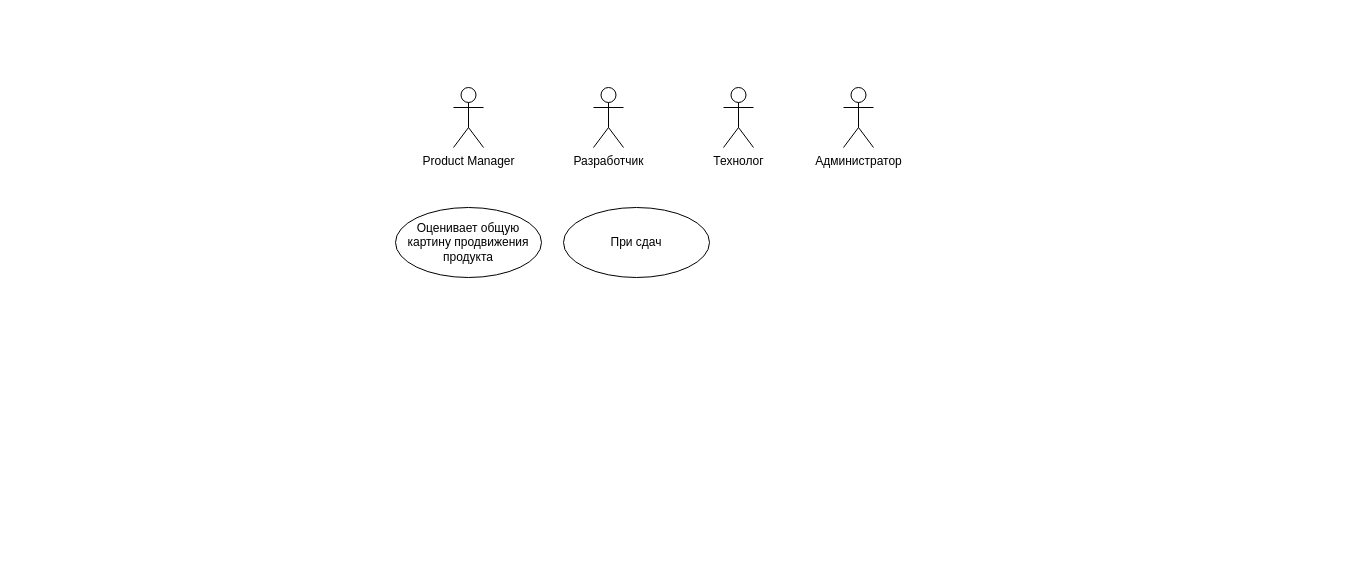
The draw.io diagram Диплом.drawio in evgeniy-strel/UrfuReviews, before the edit. Source tidied: cells renumbered, new cells numbered last; positions are measured from the earlier drawing's top-left corner, leaving out a move shared by most shapes. Both pictures are drawn from the tidied source at 100%, with x=0, y=0 at pixel (395, 87).
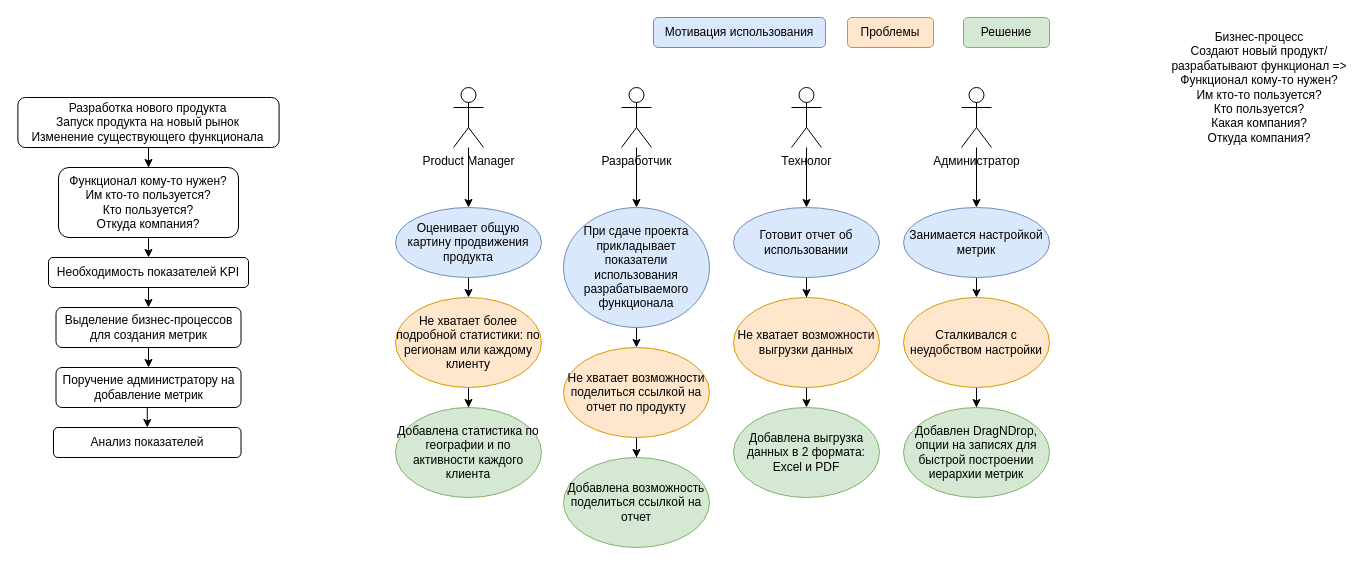
The same page after the edit.

The change refers to these unchanged cells:
```xml
<mxCell id="2" value="Product Manager" style="shape=umlActor;verticalLabelPosition=bottom;verticalAlign=top;html=1;outlineConnect=0;" parent="1" vertex="1">
  <mxGeometry x="58" width="30" height="60" as="geometry" />
</mxCell>
```

The edit, as a diff of the source:
```diff
@@
+    <mxCell id="8" style="edgeStyle=orthogonalEdgeStyle;rounded=0;jettySize=auto;html=1;" parent="1" edge="1" source="2" target="6">
+      <mxGeometry relative="1" as="geometry" />
+    </mxCell>
@@
+    <mxCell id="9" style="edgeStyle=orthogonalEdgeStyle;rounded=0;jettySize=auto;html=1;" parent="1" edge="1" source="3" target="7">
+      <mxGeometry relative="1" as="geometry" />
+    </mxCell>
     <mxCell id="3" value="Разработчик" style="shape=umlActor;verticalLabelPosition=bottom;verticalAlign=top;html=1;outlineConnect=0;" parent="1" vertex="1">
-      <mxGeometry x="198" width="30" height="60" as="geometry" />
+      <mxGeometry x="226" width="30" height="60" as="geometry" />
     </mxCell>
+    <mxCell id="10" style="edgeStyle=orthogonalEdgeStyle;rounded=0;jettySize=auto;html=1;" parent="1" edge="1" source="4" target="16">
+      <mxGeometry relative="1" as="geometry" />
+    </mxCell>
     <mxCell id="4" value="Технолог" style="shape=umlActor;verticalLabelPosition=bottom;verticalAlign=top;html=1;outlineConnect=0;" parent="1" vertex="1">
-      <mxGeometry x="328" width="30" height="60" as="geometry" />
+      <mxGeometry x="396" width="30" height="60" as="geometry" />
     </mxCell>
+    <mxCell id="11" style="edgeStyle=orthogonalEdgeStyle;rounded=0;jettySize=auto;html=1;" parent="1" edge="1" source="5" target="18">
+      <mxGeometry relative="1" as="geometry" />
+    </mxCell>
     <mxCell id="5" value="Администратор" style="shape=umlActor;verticalLabelPosition=bottom;verticalAlign=top;html=1;outlineConnect=0;" parent="1" vertex="1">
-      <mxGeometry x="448" width="30" height="60" as="geometry" />
+      <mxGeometry x="566" width="30" height="60" as="geometry" />
     </mxCell>
+    <mxCell id="12" style="edgeStyle=orthogonalEdgeStyle;rounded=0;jettySize=auto;html=1;exitX=0.5;exitY=1;exitDx=0;exitDy=0;entryX=0.5;entryY=0;entryDx=0;entryDy=0;" parent="1" edge="1" source="6" target="20">
+      <mxGeometry relative="1" as="geometry" />
+    </mxCell>
-    <mxCell id="6" value="Оценивает общую картину продвижения продукта" style="ellipse;whiteSpace=wrap;html=1;" parent="1" vertex="1">
+    <mxCell id="6" value="Оценивает общую картину продвижения продукта" style="ellipse;whiteSpace=wrap;html=1;fillColor=#dae8fc;strokeColor=#6c8ebf;" parent="1" vertex="1">
       <mxGeometry y="120" width="146" height="70" as="geometry" />
     </mxCell>
+    <mxCell id="13" style="edgeStyle=orthogonalEdgeStyle;rounded=0;jettySize=auto;html=1;exitX=0.5;exitY=1;exitDx=0;exitDy=0;entryX=0.5;entryY=0;entryDx=0;entryDy=0;" parent="1" edge="1" source="7" target="22">
+      <mxGeometry relative="1" as="geometry" />
+    </mxCell>
-    <mxCell id="7" value="При сдач" style="ellipse;whiteSpace=wrap;html=1;" parent="1" vertex="1">
-      <mxGeometry x="168" y="120" width="146" height="70" as="geometry" />
+    <mxCell id="7" value="При сдаче проекта прикладывает показатели использования разрабатываемого функционала" style="ellipse;whiteSpace=wrap;html=1;fillColor=#dae8fc;strokeColor=#6c8ebf;" parent="1" vertex="1">
+      <mxGeometry x="168" y="120" width="146" height="120" as="geometry" />
     </mxCell>
+    <mxCell id="14" value="Бизнес-процесс&lt;br&gt;Создают новый продукт/разрабатывают функционал =&amp;gt;&lt;br&gt;Функционал кому-то нужен?&lt;div&gt;Им кто-то пользуется?&lt;/div&gt;&lt;div&gt;Кто пользуется?&lt;/div&gt;&lt;div&gt;Какая компания?&lt;/div&gt;&lt;div&gt;Откуда компания?&lt;/div&gt;" style="text;html=1;align=center;verticalAlign=middle;whiteSpace=wrap;rounded=0;" parent="1" vertex="1">
+      <mxGeometry x="769" y="-60" width="190" height="120" as="geometry" />
+    </mxCell>
+    <mxCell id="15" style="edgeStyle=orthogonalEdgeStyle;rounded=0;jettySize=auto;html=1;exitX=0.5;exitY=1;exitDx=0;exitDy=0;" parent="1" edge="1" source="16" target="24">
+      <mxGeometry relative="1" as="geometry" />
+    </mxCell>
+    <mxCell id="16" value="Готовит отчет об использовании" style="ellipse;whiteSpace=wrap;html=1;fillColor=#dae8fc;strokeColor=#6c8ebf;" parent="1" vertex="1">
+      <mxGeometry x="338" y="120" width="146" height="70" as="geometry" />
+    </mxCell>
+    <mxCell id="17" style="edgeStyle=orthogonalEdgeStyle;rounded=0;jettySize=auto;html=1;exitX=0.5;exitY=1;exitDx=0;exitDy=0;entryX=0.5;entryY=0;entryDx=0;entryDy=0;" parent="1" edge="1" source="18" target="32">
+      <mxGeometry relative="1" as="geometry" />
+    </mxCell>
+    <mxCell id="18" value="Занимается настройкой метрик" style="ellipse;whiteSpace=wrap;html=1;fillColor=#dae8fc;strokeColor=#6c8ebf;" parent="1" vertex="1">
+      <mxGeometry x="508" y="120" width="146" height="70" as="geometry" />
+    </mxCell>
+    <mxCell id="19" style="edgeStyle=orthogonalEdgeStyle;rounded=0;jettySize=auto;html=1;" parent="1" edge="1" source="20" target="25">
+      <mxGeometry relative="1" as="geometry" />
+    </mxCell>
+    <mxCell id="20" value="Не хватает более подробной статистики: по регионам или каждому клиенту" style="ellipse;whiteSpace=wrap;html=1;fillColor=#ffe6cc;strokeColor=#d79b00;" parent="1" vertex="1">
+      <mxGeometry y="210" width="146" height="90" as="geometry" />
+    </mxCell>
+    <mxCell id="21" style="edgeStyle=orthogonalEdgeStyle;rounded=0;jettySize=auto;html=1;" parent="1" edge="1" source="22" target="26">
+      <mxGeometry relative="1" as="geometry" />
+    </mxCell>
+    <mxCell id="22" value="Не хватает возможности поделиться ссылкой на отчет по продукту" style="ellipse;whiteSpace=wrap;html=1;fillColor=#ffe6cc;strokeColor=#d79b00;" parent="1" vertex="1">
+      <mxGeometry x="168" y="260" width="146" height="90" as="geometry" />
+    </mxCell>
+    <mxCell id="23" style="edgeStyle=orthogonalEdgeStyle;rounded=0;jettySize=auto;html=1;exitX=0.5;exitY=1;exitDx=0;exitDy=0;entryX=0.5;entryY=0;entryDx=0;entryDy=0;" parent="1" edge="1" source="24" target="30">
+      <mxGeometry relative="1" as="geometry" />
+    </mxCell>
+    <mxCell id="24" value="Не хватает возможности выгрузки данных" style="ellipse;whiteSpace=wrap;html=1;fillColor=#ffe6cc;strokeColor=#d79b00;" parent="1" vertex="1">
+      <mxGeometry x="338" y="210" width="146" height="90" as="geometry" />
+    </mxCell>
+    <mxCell id="25" value="Добавлена статистика по географии и по активности каждого клиента" style="ellipse;whiteSpace=wrap;html=1;fillColor=#d5e8d4;strokeColor=#82b366;" parent="1" vertex="1">
+      <mxGeometry y="320" width="146" height="90" as="geometry" />
+    </mxCell>
+    <mxCell id="26" value="Добавлена возможность поделиться ссылкой на отчет" style="ellipse;whiteSpace=wrap;html=1;fillColor=#d5e8d4;strokeColor=#82b366;" parent="1" vertex="1">
+      <mxGeometry x="168" y="370" width="146" height="90" as="geometry" />
+    </mxCell>
+    <mxCell id="27" value="Мотивация использования" style="rounded=1;whiteSpace=wrap;html=1;fillColor=#dae8fc;strokeColor=#6c8ebf;" parent="1" vertex="1">
+      <mxGeometry x="258" y="-70" width="172" height="30" as="geometry" />
+    </mxCell>
+    <mxCell id="28" value="Проблемы" style="rounded=1;whiteSpace=wrap;html=1;fillColor=#ffe6cc;strokeColor=#d79b00;" parent="1" vertex="1">
+      <mxGeometry x="452" y="-70" width="86" height="30" as="geometry" />
+    </mxCell>
+    <mxCell id="29" value="Решение" style="rounded=1;whiteSpace=wrap;html=1;fillColor=#d5e8d4;strokeColor=#82b366;" parent="1" vertex="1">
+      <mxGeometry x="568" y="-70" width="86" height="30" as="geometry" />
+    </mxCell>
+    <mxCell id="30" value="Добавлена выгрузка данных в 2 формата: Excel и PDF" style="ellipse;whiteSpace=wrap;html=1;fillColor=#d5e8d4;strokeColor=#82b366;" parent="1" vertex="1">
+      <mxGeometry x="338" y="320" width="146" height="90" as="geometry" />
+    </mxCell>
+    <mxCell id="31" style="edgeStyle=orthogonalEdgeStyle;rounded=0;jettySize=auto;html=1;" parent="1" edge="1" source="32" target="33">
+      <mxGeometry relative="1" as="geometry" />
+    </mxCell>
+    <mxCell id="32" value="Сталкивался с неудобством настройки" style="ellipse;whiteSpace=wrap;html=1;fillColor=#ffe6cc;strokeColor=#d79b00;" parent="1" vertex="1">
+      <mxGeometry x="508" y="210" width="146" height="90" as="geometry" />
+    </mxCell>
+    <mxCell id="33" value="Добавлен DragNDrop, опции на записях для быстрой построении иерархии метрик" style="ellipse;whiteSpace=wrap;html=1;fillColor=#d5e8d4;strokeColor=#82b366;" parent="1" vertex="1">
+      <mxGeometry x="508" y="320" width="146" height="90" as="geometry" />
+    </mxCell>
+    <mxCell id="34" style="edgeStyle=orthogonalEdgeStyle;rounded=0;jettySize=auto;html=1;exitX=0.5;exitY=1;exitDx=0;exitDy=0;entryX=0.5;entryY=0;entryDx=0;entryDy=0;" parent="1" edge="1" source="35" target="37">
+      <mxGeometry relative="1" as="geometry" />
+    </mxCell>
+    <mxCell id="35" value="Функционал кому-то нужен?&lt;div&gt;Им кто-то пользуется?&lt;/div&gt;&lt;div&gt;Кто пользуется?&lt;/div&gt;&lt;div&gt;Откуда компания?&lt;/div&gt;" style="rounded=1;whiteSpace=wrap;html=1;" parent="1" vertex="1">
+      <mxGeometry x="-337" y="80" width="180" height="70" as="geometry" />
+    </mxCell>
+    <mxCell id="36" style="edgeStyle=orthogonalEdgeStyle;rounded=0;jettySize=auto;html=1;exitX=0.5;exitY=1;exitDx=0;exitDy=0;entryX=0.5;entryY=0;entryDx=0;entryDy=0;" parent="1" edge="1" source="37" target="39">
+      <mxGeometry relative="1" as="geometry" />
+    </mxCell>
+    <mxCell id="37" value="Необходимость показателей KPI" style="rounded=1;whiteSpace=wrap;html=1;" parent="1" vertex="1">
+      <mxGeometry x="-347" y="170" width="200" height="30" as="geometry" />
+    </mxCell>
+    <mxCell id="38" style="edgeStyle=orthogonalEdgeStyle;rounded=0;jettySize=auto;html=1;exitX=0.5;exitY=1;exitDx=0;exitDy=0;entryX=0.5;entryY=0;entryDx=0;entryDy=0;" parent="1" edge="1" source="39" target="41">
+      <mxGeometry relative="1" as="geometry" />
+    </mxCell>
+    <mxCell id="39" value="Выделение бизнес-процессов для создания метрик" style="rounded=1;whiteSpace=wrap;html=1;" parent="1" vertex="1">
+      <mxGeometry x="-339.5" y="220" width="185" height="40" as="geometry" />
+    </mxCell>
+    <mxCell id="40" style="edgeStyle=orthogonalEdgeStyle;rounded=0;jettySize=auto;html=1;exitX=0.5;exitY=1;exitDx=0;exitDy=0;entryX=0.5;entryY=0;entryDx=0;entryDy=0;" parent="1" edge="1" source="41" target="42">
+      <mxGeometry relative="1" as="geometry" />
+    </mxCell>
+    <mxCell id="41" value="Поручение администратору на добавление метрик" style="rounded=1;whiteSpace=wrap;html=1;" parent="1" vertex="1">
+      <mxGeometry x="-339.5" y="280" width="185" height="40" as="geometry" />
+    </mxCell>
+    <mxCell id="42" value="Анализ показателей" style="rounded=1;whiteSpace=wrap;html=1;" parent="1" vertex="1">
+      <mxGeometry x="-342" y="340" width="187.5" height="30" as="geometry" />
+    </mxCell>
+    <mxCell id="43" style="edgeStyle=orthogonalEdgeStyle;rounded=0;jettySize=auto;html=1;exitX=0.5;exitY=1;exitDx=0;exitDy=0;" parent="1" edge="1" source="44" target="35">
+      <mxGeometry relative="1" as="geometry" />
+    </mxCell>
+    <mxCell id="44" value="Разработка нового продукта&lt;div&gt;Запуск продукта на новый рынок&lt;/div&gt;&lt;div&gt;Изменение существующего функционала&lt;/div&gt;" style="rounded=1;whiteSpace=wrap;html=1;" parent="1" vertex="1">
+      <mxGeometry x="-377.6" y="10" width="261.2" height="50" as="geometry" />
+    </mxCell>
```
